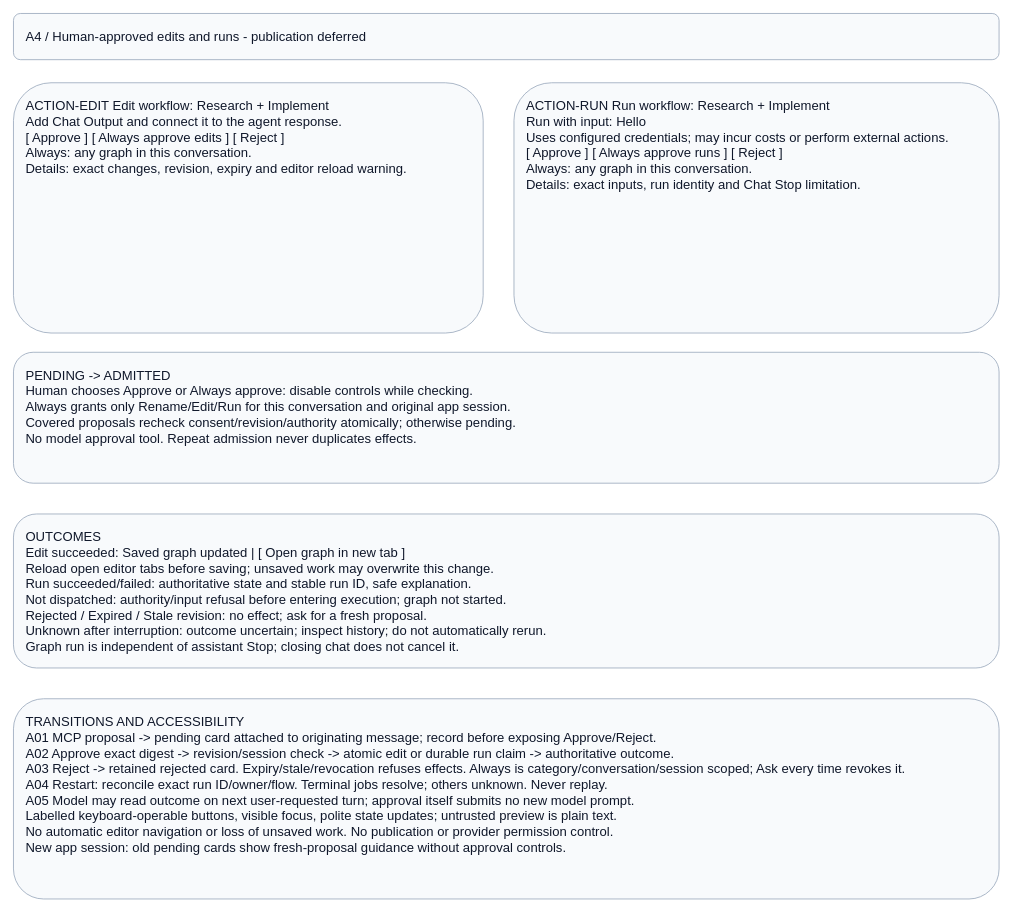
Before: page "A4 - Human-approved graph actions" (4 of 4) of projects/laomedo/subsystems/agent-execution/design/application-assistant.drawio in amadou-6e/specs, a draw.io diagram. Source tidied: cells renumbered, new cells numbered last; positions are measured from the earlier drawing's top-left corner, leaving out a move shared by most shapes. Both pictures are drawn from the tidied source at 77%, with x=0, y=0 at pixel (13, 13).
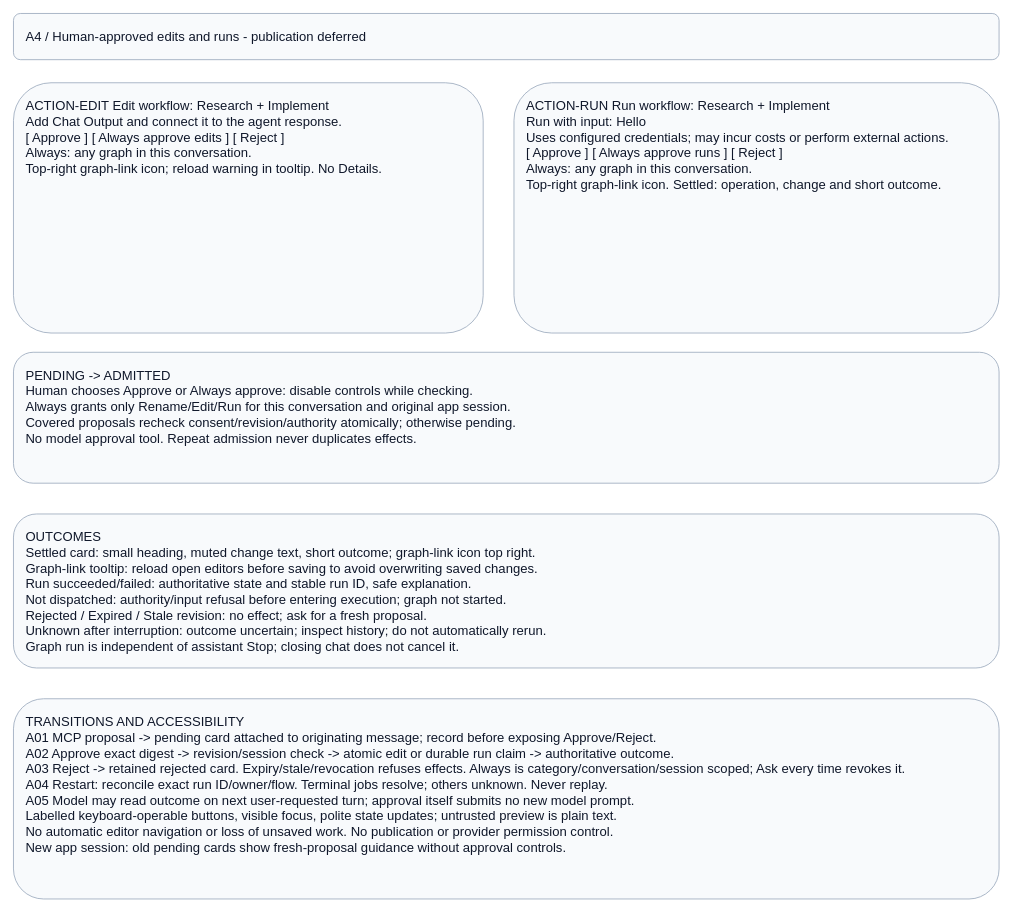
The same page after the edit.

Commit message (it also covers changes not shown here):
docs: specify quiet approval cards and compact settled states

The edit, as a diff of the source:
```diff
@@
 <mxGraphModel>
   <root>
     <mxCell id="0" />
     <mxCell id="1" parent="0" />
     <mxCell id="2" value="A4 / Human-approved edits and runs - publication deferred" style="rounded=1;whiteSpace=wrap;html=0;fillColor=#f8fafc;strokeColor=#94a3b8;fontColor=#0f172a;fontFamily=Arial;fontSize=17;align=left;verticalAlign=top;spacing=16;" parent="1" vertex="1">
       <mxGeometry width="1280" height="60" as="geometry" />
     </mxCell>
-    <mxCell id="3" value="ACTION-EDIT  Edit workflow: Research + Implement&#10;Add Chat Output and connect it to the agent response.&#10;[ Approve ] [ Always approve edits ] [ Reject ]&#10;Always: any graph in this conversation.&#10;Details: exact changes, revision, expiry and editor reload warning." style="rounded=1;whiteSpace=wrap;html=0;fillColor=#f8fafc;strokeColor=#94a3b8;fontColor=#0f172a;fontFamily=Arial;fontSize=17;align=left;verticalAlign=top;spacing=16;" parent="1" vertex="1">
+    <mxCell id="3" value="ACTION-EDIT  Edit workflow: Research + Implement&#10;Add Chat Output and connect it to the agent response.&#10;[ Approve ] [ Always approve edits ] [ Reject ]&#10;Always: any graph in this conversation.&#10;Top-right graph-link icon; reload warning in tooltip. No Details." style="rounded=1;whiteSpace=wrap;html=0;fillColor=#f8fafc;strokeColor=#94a3b8;fontColor=#0f172a;fontFamily=Arial;fontSize=17;align=left;verticalAlign=top;spacing=16;" parent="1" vertex="1">
       <mxGeometry y="90" width="610" height="325" as="geometry" />
     </mxCell>
-    <mxCell id="4" value="ACTION-RUN  Run workflow: Research + Implement&#10;Run with input: Hello&#10;Uses configured credentials; may incur costs or perform external actions.&#10;[ Approve ] [ Always approve runs ] [ Reject ]&#10;Always: any graph in this conversation.&#10;Details: exact inputs, run identity and Chat Stop limitation." style="rounded=1;whiteSpace=wrap;html=0;fillColor=#f8fafc;strokeColor=#94a3b8;fontColor=#0f172a;fontFamily=Arial;fontSize=17;align=left;verticalAlign=top;spacing=16;" parent="1" vertex="1">
+    <mxCell id="4" value="ACTION-RUN  Run workflow: Research + Implement&#10;Run with input: Hello&#10;Uses configured credentials; may incur costs or perform external actions.&#10;[ Approve ] [ Always approve runs ] [ Reject ]&#10;Always: any graph in this conversation.&#10;Top-right graph-link icon. Settled: operation, change and short outcome." style="rounded=1;whiteSpace=wrap;html=0;fillColor=#f8fafc;strokeColor=#94a3b8;fontColor=#0f172a;fontFamily=Arial;fontSize=17;align=left;verticalAlign=top;spacing=16;" parent="1" vertex="1">
       <mxGeometry x="650" y="90" width="630" height="325" as="geometry" />
     </mxCell>
     <mxCell id="5" value="PENDING -&gt; ADMITTED&#10;Human chooses Approve or Always approve: disable controls while checking.&#10;Always grants only Rename/Edit/Run for this conversation and original app session.&#10;Covered proposals recheck consent/revision/authority atomically; otherwise pending.&#10;No model approval tool. Repeat admission never duplicates effects." style="rounded=1;whiteSpace=wrap;html=0;fillColor=#f8fafc;strokeColor=#94a3b8;fontColor=#0f172a;fontFamily=Arial;fontSize=17;align=left;verticalAlign=top;spacing=16;" parent="1" vertex="1">
       <mxGeometry y="440" width="1280" height="170" as="geometry" />
     </mxCell>
-    <mxCell id="6" value="OUTCOMES&#10;Edit succeeded: Saved graph updated | [ Open graph in new tab ]&#10;Reload open editor tabs before saving; unsaved work may overwrite this change.&#10;Run succeeded/failed: authoritative state and stable run ID, safe explanation.&#10;Not dispatched: authority/input refusal before entering execution; graph not started.&#10;Rejected / Expired / Stale revision: no effect; ask for a fresh proposal.&#10;Unknown after interruption: outcome uncertain; inspect history; do not automatically rerun.&#10;Graph run is independent of assistant Stop; closing chat does not cancel it." style="rounded=1;whiteSpace=wrap;html=0;fillColor=#f8fafc;strokeColor=#94a3b8;fontColor=#0f172a;fontFamily=Arial;fontSize=17;align=left;verticalAlign=top;spacing=16;" parent="1" vertex="1">
+    <mxCell id="6" value="OUTCOMES&#10;Settled card: small heading, muted change text, short outcome; graph-link icon top right.&#10;Graph-link tooltip: reload open editors before saving to avoid overwriting saved changes.&#10;Run succeeded/failed: authoritative state and stable run ID, safe explanation.&#10;Not dispatched: authority/input refusal before entering execution; graph not started.&#10;Rejected / Expired / Stale revision: no effect; ask for a fresh proposal.&#10;Unknown after interruption: outcome uncertain; inspect history; do not automatically rerun.&#10;Graph run is independent of assistant Stop; closing chat does not cancel it." style="rounded=1;whiteSpace=wrap;html=0;fillColor=#f8fafc;strokeColor=#94a3b8;fontColor=#0f172a;fontFamily=Arial;fontSize=17;align=left;verticalAlign=top;spacing=16;" parent="1" vertex="1">
       <mxGeometry y="650" width="1280" height="200" as="geometry" />
     </mxCell>
     <mxCell id="7" value="TRANSITIONS AND ACCESSIBILITY&#10;A01 MCP proposal -&gt; pending card attached to originating message; record before exposing Approve/Reject.&#10;A02 Approve exact digest -&gt; revision/session check -&gt; atomic edit or durable run claim -&gt; authoritative outcome.&#10;A03 Reject -&gt; retained rejected card. Expiry/stale/revocation refuses effects. Always is category/conversation/session scoped; Ask every time revokes it.&#10;A04 Restart: reconcile exact run ID/owner/flow. Terminal jobs resolve; others unknown. Never replay.&#10;A05 Model may read outcome on next user-requested turn; approval itself submits no new model prompt.&#10;Labelled keyboard-operable buttons, visible focus, polite state updates; untrusted preview is plain text.&#10;No automatic editor navigation or loss of unsaved work. No publication or provider permission control.&#10;New app session: old pending cards show fresh-proposal guidance without approval controls." style="rounded=1;whiteSpace=wrap;html=0;fillColor=#f8fafc;strokeColor=#94a3b8;fontColor=#0f172a;fontFamily=Arial;fontSize=17;align=left;verticalAlign=top;spacing=16;" parent="1" vertex="1">
       <mxGeometry y="890" width="1280" height="260" as="geometry" />
     </mxCell>
   </root>
 </mxGraphModel>
```
